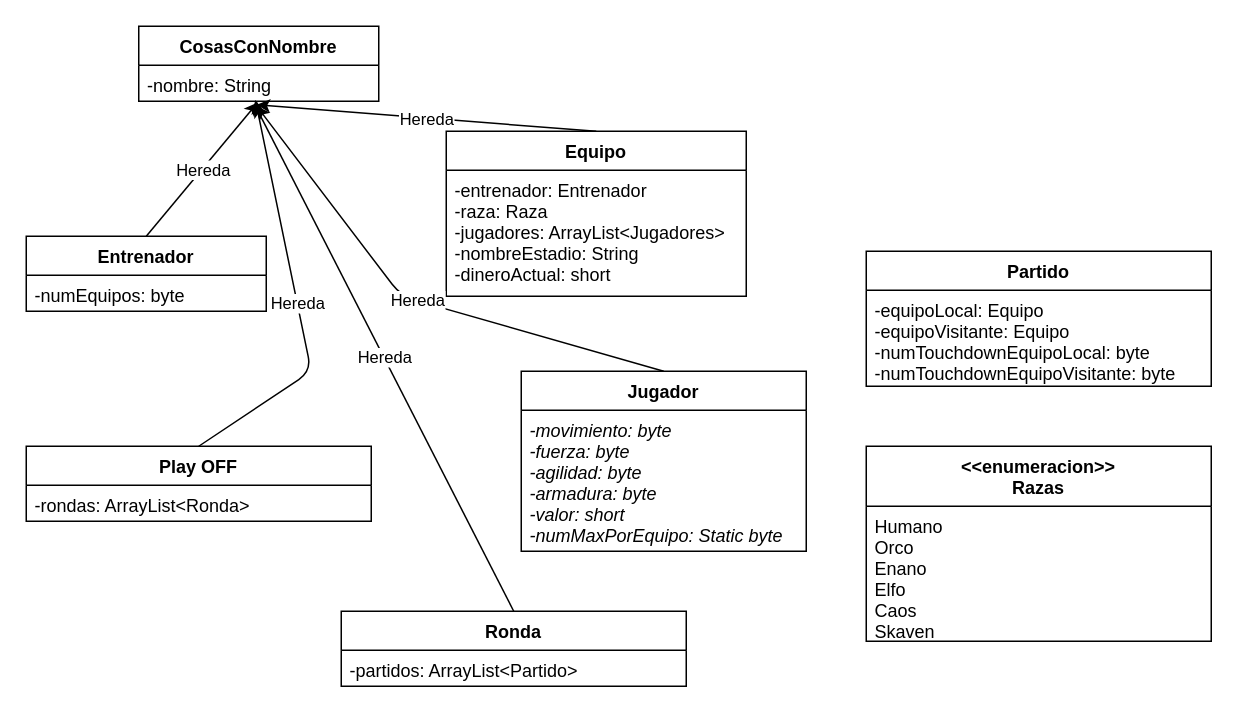
The draw.io diagram Diagrama Trabajo Final.drawio in FernandoClaudioMorenoSedano/ProyectoProgramacion, before the edit. Source tidied: cells renumbered, new cells numbered last; positions are measured from the earlier drawing's top-left corner, leaving out a move shared by most shapes. Both pictures are drawn from the tidied source at 150%, with x=0, y=0 at pixel (26, 26).
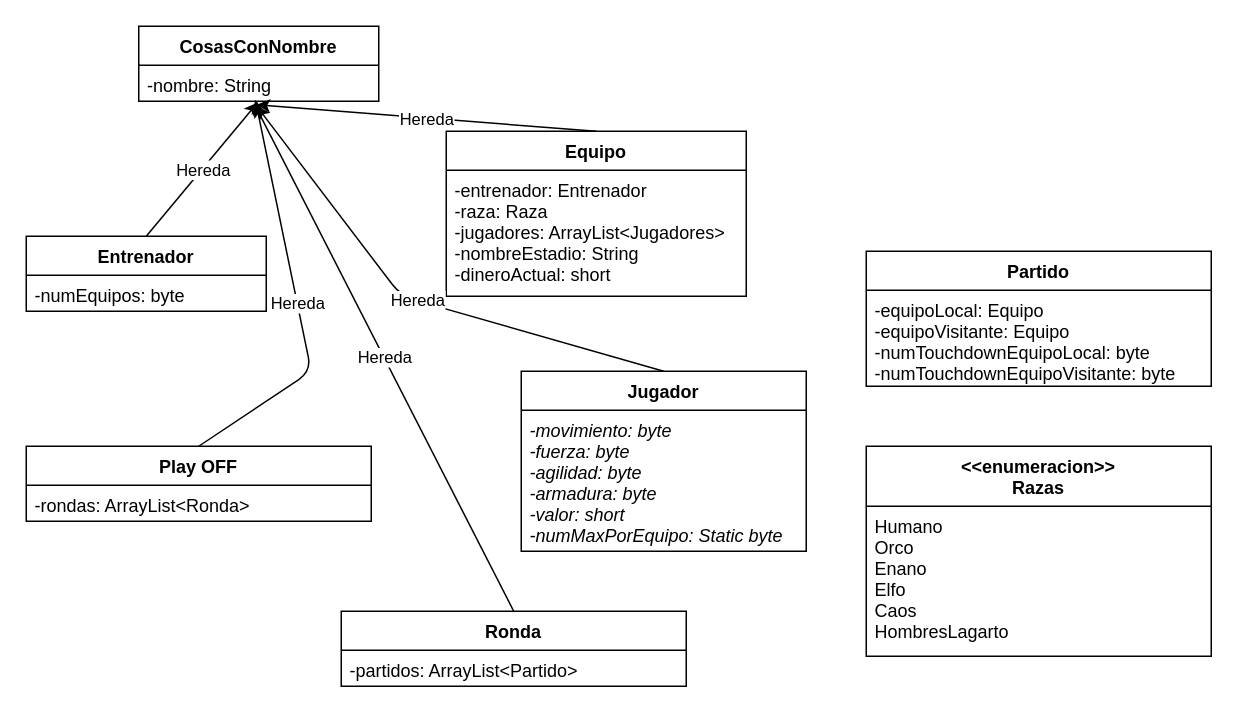
After the change.

Diff of the diagram source:
```diff
@@
     <mxCell id="14" value="&lt;&lt;enumeracion&gt;&gt;&#10;Razas" style="swimlane;fontStyle=1;align=center;verticalAlign=top;horizontal=1;startSize=40;rounded=0;shadow=0;strokeWidth=1;" parent="1" vertex="1">
-      <mxGeometry x="560" y="280" width="230" height="130" as="geometry" />
+      <mxGeometry x="560" y="280" width="230" height="140" as="geometry" />
     </mxCell>
-    <mxCell id="15" value="Humano&#10;Orco&#10;Enano&#10;Elfo&#10;Caos&#10;Skaven&#10;" style="text;align=left;verticalAlign=top;spacingLeft=4;spacingRight=4;overflow=hidden;" parent="14" vertex="1">
-      <mxGeometry y="40" width="230" height="90" as="geometry" />
+    <mxCell id="15" value="Humano&#10;Orco&#10;Enano&#10;Elfo&#10;Caos&#10;HombresLagarto" style="text;align=left;verticalAlign=top;spacingLeft=4;spacingRight=4;overflow=hidden;" parent="14" vertex="1">
+      <mxGeometry y="40" width="230" height="100" as="geometry" />
     </mxCell>
```
